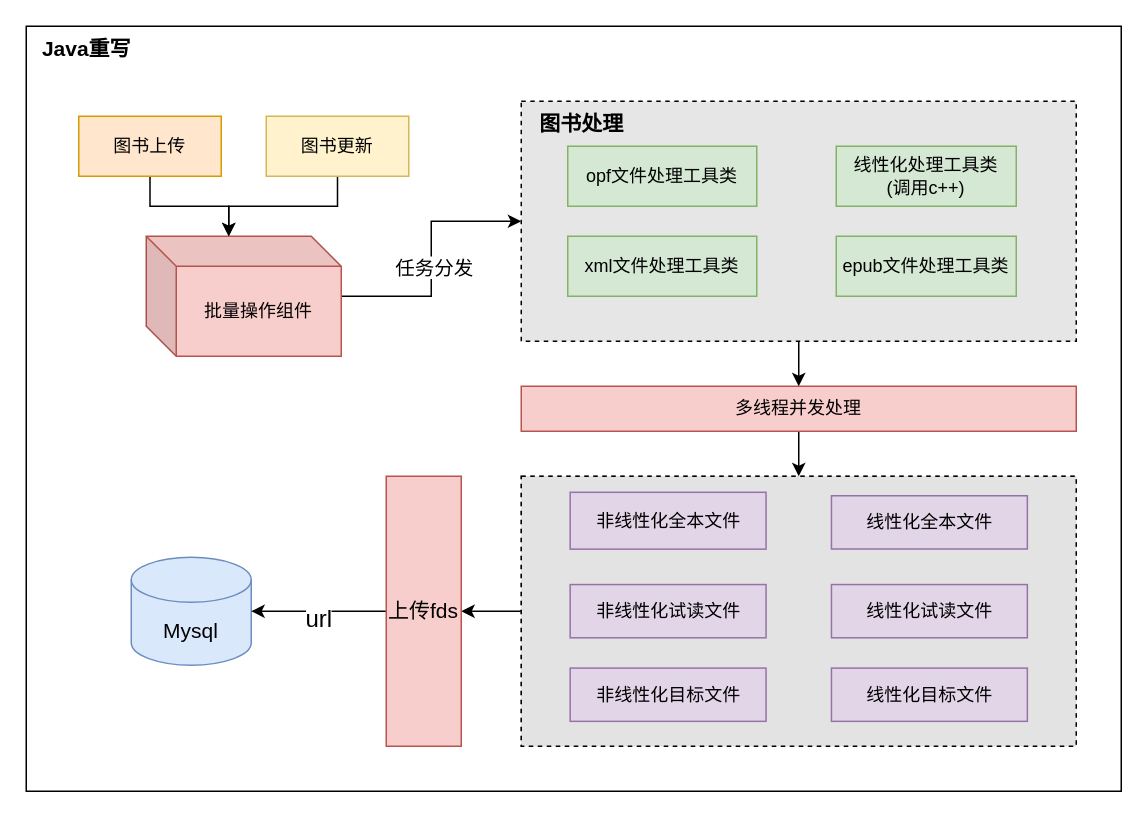
Earlier version of the draw.io diagram 图书上传重构.drawio (Floweryu/my-diagrams). Source tidied: cells renumbered, new cells numbered last; positions are measured from the earlier drawing's top-left corner, leaving out a move shared by most shapes. Both pictures are drawn from the tidied source at 150%, with x=0, y=0 at pixel (26, 26).
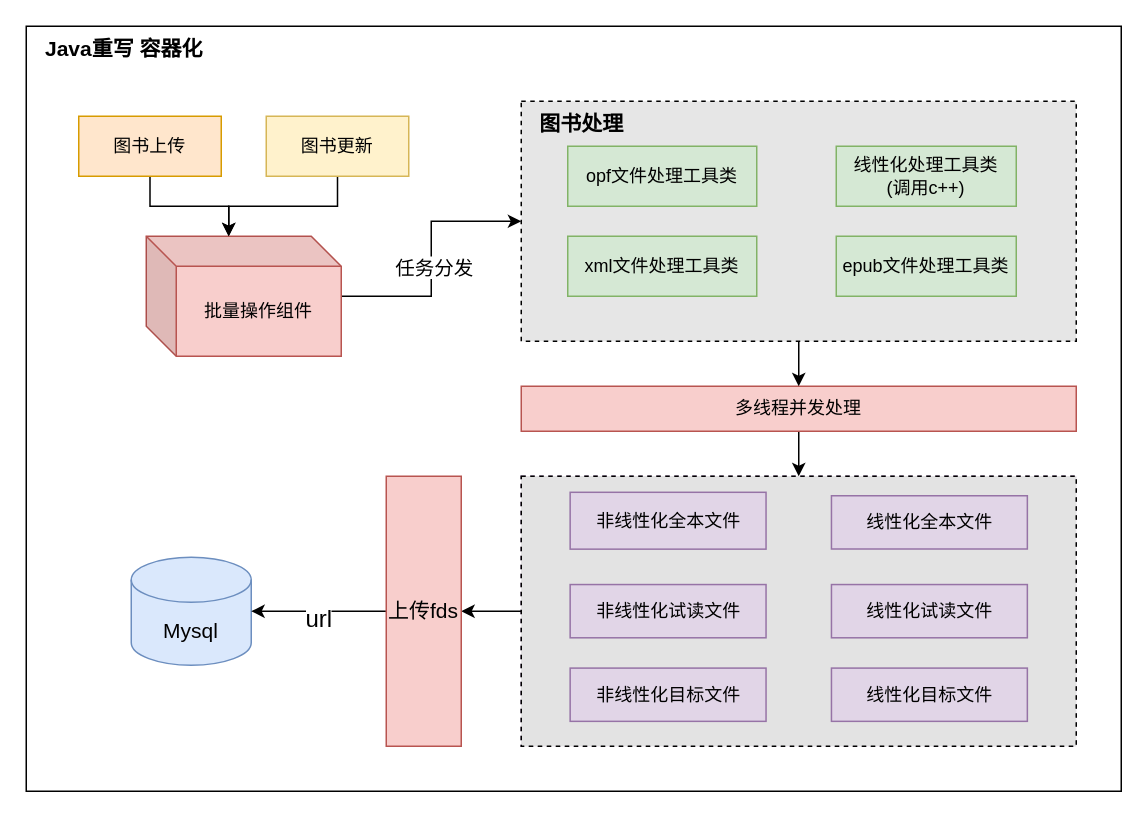
The same diagram, later.

Commit message:
更新图书上传重构.drawio

Diff of the diagram source:
```diff
@@
-    <mxCell id="6" value="&lt;b&gt;&lt;font style=&quot;font-size: 14px;&quot;&gt;Java重写&lt;/font&gt;&lt;/b&gt;" style="text;html=1;align=center;verticalAlign=middle;strokeColor=none;fillColor=none;" parent="1" vertex="1">
-      <mxGeometry width="80" height="30" as="geometry" />
+    <mxCell id="6" value="&lt;b&gt;&lt;font style=&quot;font-size: 14px;&quot;&gt;Java重写 容器化&lt;/font&gt;&lt;/b&gt;" style="text;html=1;align=center;verticalAlign=middle;strokeColor=none;fillColor=none;" parent="1" vertex="1">
+      <mxGeometry width="130" height="30" as="geometry" />
     </mxCell>
```
